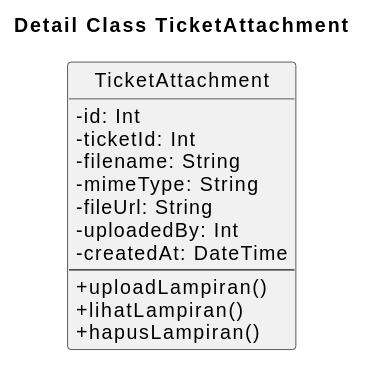
This is docs/plantuml/detail-classes/detail-class-ticket-attachment.svg from janbu12/nemafi-be, a PlantUML export, as it was before one commit. Its diagram source:
```plantuml
@startuml
title Detail Class TicketAttachment

skinparam classAttributeIconSize 0
hide circle

class TicketAttachment {
  - id: Int
  - ticketId: Int
  - filename: String
  - mimeType: String
  - fileUrl: String
  - uploadedBy: Int
  - createdAt: DateTime
  --
  + uploadLampiran()
  + lihatLampiran()
  + hapusLampiran()
}
@enduml
```
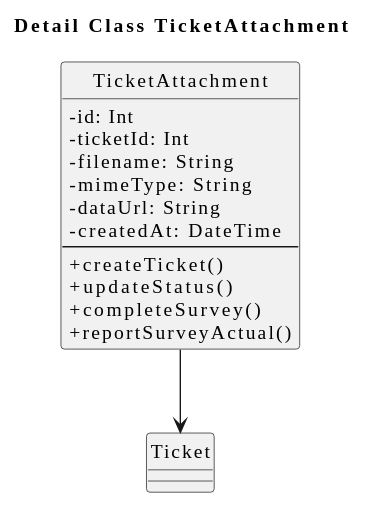
Above is the later version.

The edit, as a diff of the source:
```diff
@@ -2,6 +2,8 @@
 title Detail Class TicketAttachment
 
 skinparam classAttributeIconSize 0
+skinparam shadowing false
+skinparam defaultFontName "Times New Roman"
 hide circle
 
 class TicketAttachment {
@@ -9,12 +11,14 @@
   - ticketId: Int
   - filename: String
   - mimeType: String
-  - fileUrl: String
-  - uploadedBy: Int
+  - dataUrl: String
   - createdAt: DateTime
   --
-  + uploadLampiran()
-  + lihatLampiran()
-  + hapusLampiran()
+  + createTicket()
+  + updateStatus()
+  + completeSurvey()
+  + reportSurveyActual()
 }
+
+TicketAttachment --> Ticket
 @enduml
```
